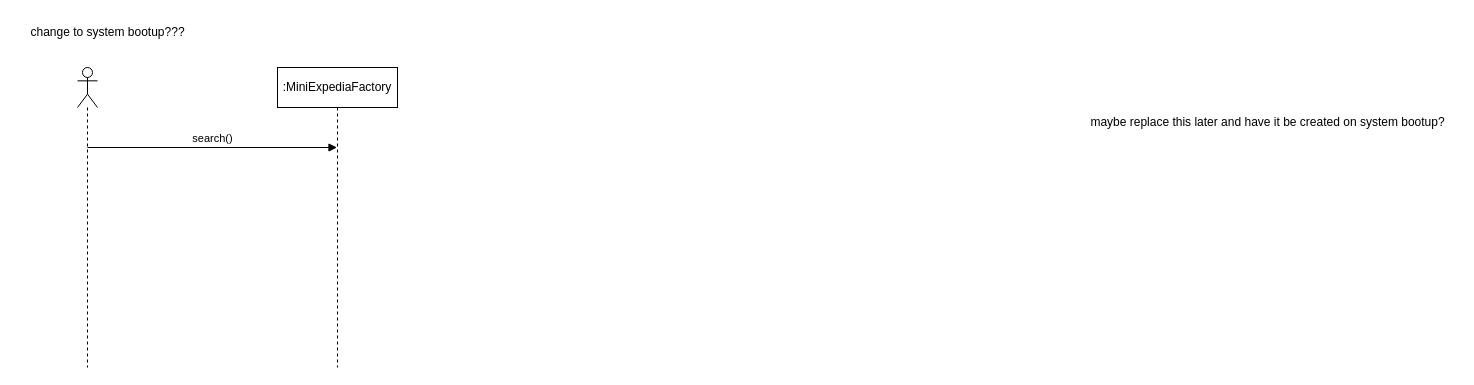
Earlier version of the draw.io diagram page "Page-2" (2 of 2) of workshop8-week9.drawio (antonykimuom/SWEN30006-2025-SM1-workshop1-tuew05-14-00-team-12). Source tidied: cells renumbered, new cells numbered last; positions are measured from the earlier drawing's top-left corner, leaving out a move shared by most shapes. Both pictures are drawn from the tidied source at 100%, with x=0, y=0 at pixel (17, 17).
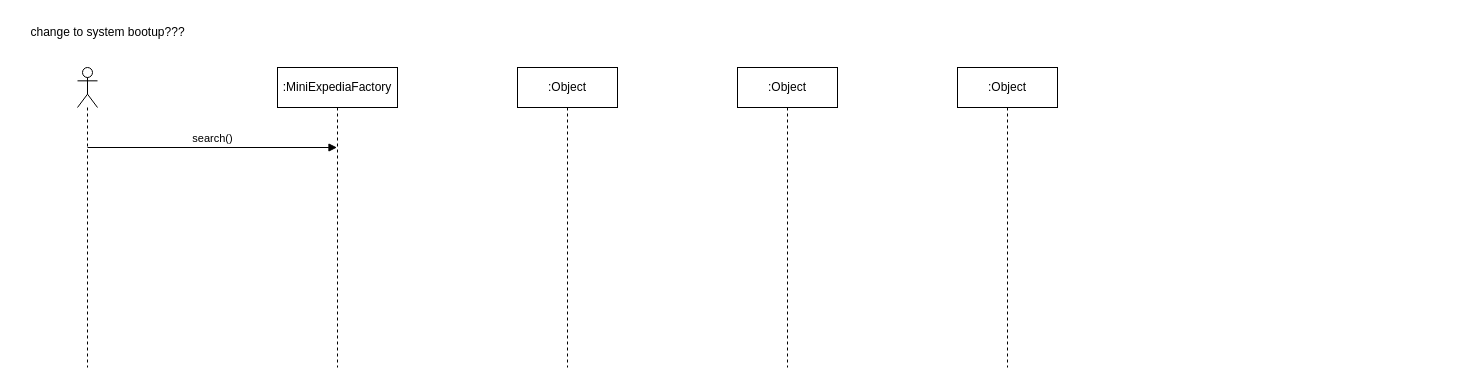
The same diagram, later.

The edit, as a diff of the source:
```diff
@@
 <mxGraphModel>
   <root>
     <mxCell id="0" />
     <mxCell id="1" parent="0" />
     <mxCell id="2" value=":MiniExpediaFactory" style="shape=umlLifeline;perimeter=lifelinePerimeter;whiteSpace=wrap;html=1;outlineConnect=0;portConstraint=eastwest;newEdgeStyle={&quot;curved&quot;:0,&quot;rounded&quot;:0};" parent="1" vertex="1">
       <mxGeometry x="260" y="50" width="120" height="300" as="geometry" />
     </mxCell>
     <mxCell id="3" style="shape=umlLifeline;perimeter=lifelinePerimeter;whiteSpace=wrap;html=1;newEdgeStyle={&quot;curved&quot;:0,&quot;rounded&quot;:0};participant=umlActor;" parent="1" vertex="1">
       <mxGeometry x="60" y="50" width="20" height="300" as="geometry" />
     </mxCell>
-    <mxCell id="4" value="maybe replace this later and have it be created on system bootup?" style="text;html=1;align=center;verticalAlign=middle;strokeColor=none;fillColor=none;" parent="1" vertex="1">
-      <mxGeometry x="1060" y="90" width="380" height="30" as="geometry" />
-    </mxCell>
     <mxCell id="5" value="change to system bootup???" style="text;html=1;align=center;verticalAlign=middle;strokeColor=none;fillColor=none;" parent="1" vertex="1">
       <mxGeometry width="180" height="30" as="geometry" />
     </mxCell>
     <mxCell id="6" value="search()" style="html=1;verticalAlign=bottom;endArrow=block;curved=0;rounded=0;" parent="1" edge="1" target="2">
       <mxGeometry relative="1" as="geometry">
         <mxPoint x="70" y="130" as="sourcePoint" />
       </mxGeometry>
     </mxCell>
+    <mxCell id="7" value=":Object" style="shape=umlLifeline;perimeter=lifelinePerimeter;whiteSpace=wrap;html=1;newEdgeStyle={&quot;curved&quot;:0,&quot;rounded&quot;:0};" parent="1" vertex="1">
+      <mxGeometry x="500" y="50" width="100" height="300" as="geometry" />
+    </mxCell>
+    <mxCell id="8" value=":Object" style="shape=umlLifeline;perimeter=lifelinePerimeter;whiteSpace=wrap;html=1;newEdgeStyle={&quot;curved&quot;:0,&quot;rounded&quot;:0};" parent="1" vertex="1">
+      <mxGeometry x="940" y="50" width="100" height="300" as="geometry" />
+    </mxCell>
+    <mxCell id="9" value=":Object" style="shape=umlLifeline;perimeter=lifelinePerimeter;whiteSpace=wrap;html=1;newEdgeStyle={&quot;curved&quot;:0,&quot;rounded&quot;:0};" parent="1" vertex="1">
+      <mxGeometry x="720" y="50" width="100" height="300" as="geometry" />
+    </mxCell>
   </root>
 </mxGraphModel>
```
